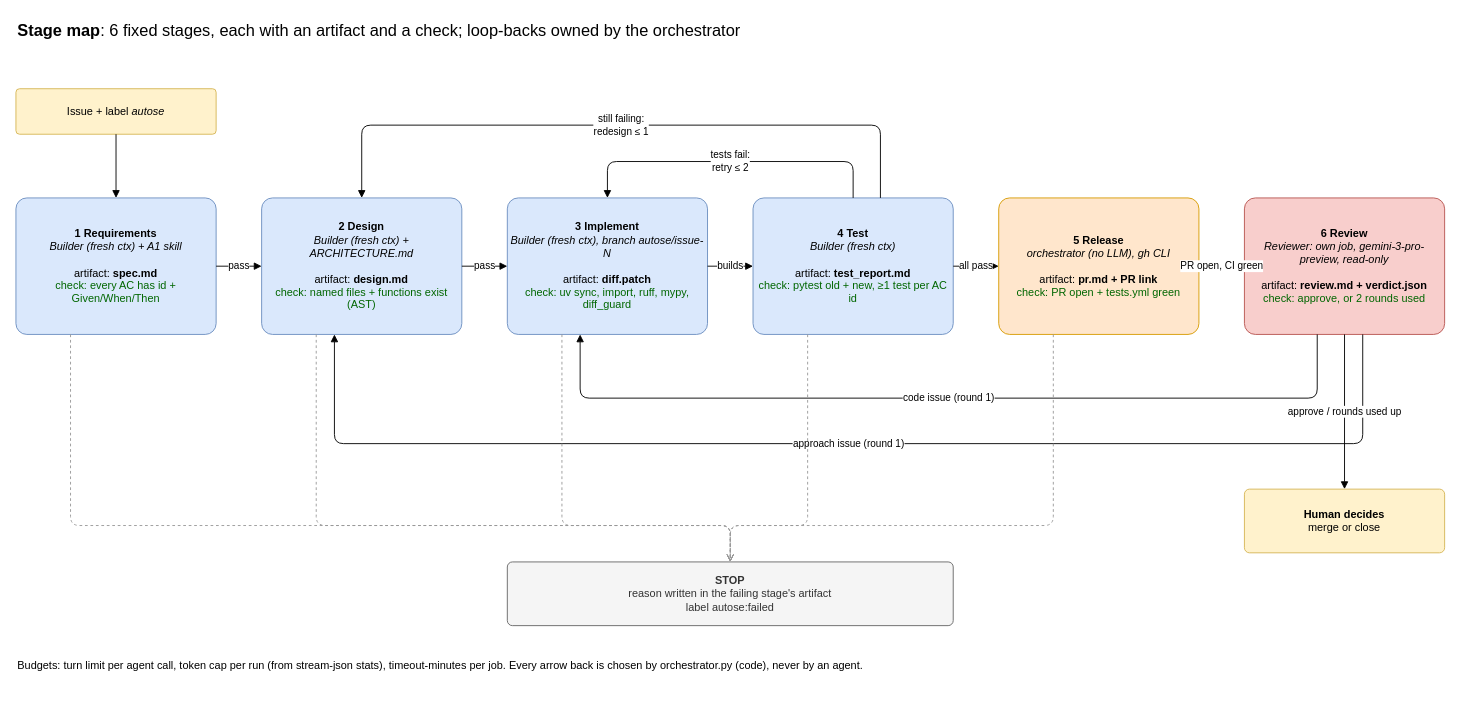
This is page "Stage map" (1 of 2) of architecture/views/stage-map.drawio from QasimANaik/autose-a3, a draw.io file, before an edit. Source tidied: cells renumbered, new cells numbered last; positions are measured from the earlier drawing's top-left corner, leaving out a move shared by most shapes. Both pictures are drawn from the tidied source at 91%, with x=0, y=0 at pixel (15, 15).
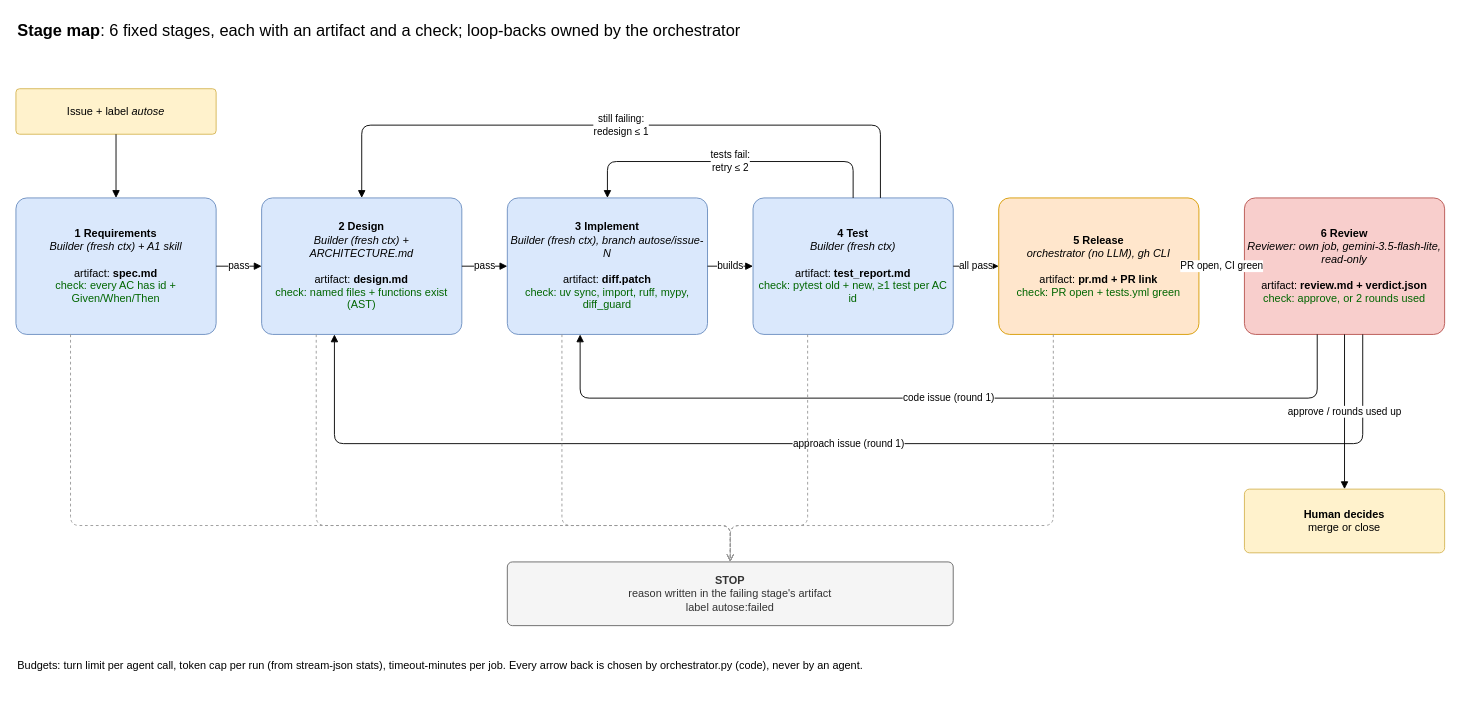
The same page after the edit.

Diff of the diagram source:
```diff
@@
-    <mxCell id="8" value="&lt;b&gt;6 Review&lt;/b&gt;&lt;br&gt;&lt;i&gt;Reviewer: own job, gemini-3-pro-preview, read-only&lt;/i&gt;&lt;br&gt;&lt;br&gt;artifact: &lt;b&gt;review.md + verdict.json&lt;/b&gt;&lt;br&gt;&lt;font color='#006600'&gt;check: approve, or 2 rounds used&lt;/font&gt;" style="rounded=1;whiteSpace=wrap;html=1;arcSize=8;fillColor=#f8cecc;strokeColor=#b85450;" parent="1" vertex="1">
+    <mxCell id="8" value="&lt;b&gt;6 Review&lt;/b&gt;&lt;br&gt;&lt;i&gt;Reviewer: own job, gemini-3.5-flash-lite, read-only&lt;/i&gt;&lt;br&gt;&lt;br&gt;artifact: &lt;b&gt;review.md + verdict.json&lt;/b&gt;&lt;br&gt;&lt;font color='#006600'&gt;check: approve, or 2 rounds used&lt;/font&gt;" style="rounded=1;whiteSpace=wrap;html=1;arcSize=8;fillColor=#f8cecc;strokeColor=#b85450;" parent="1" vertex="1">
       <mxGeometry x="1350" y="200" width="220" height="150" as="geometry" />
     </mxCell>
```
